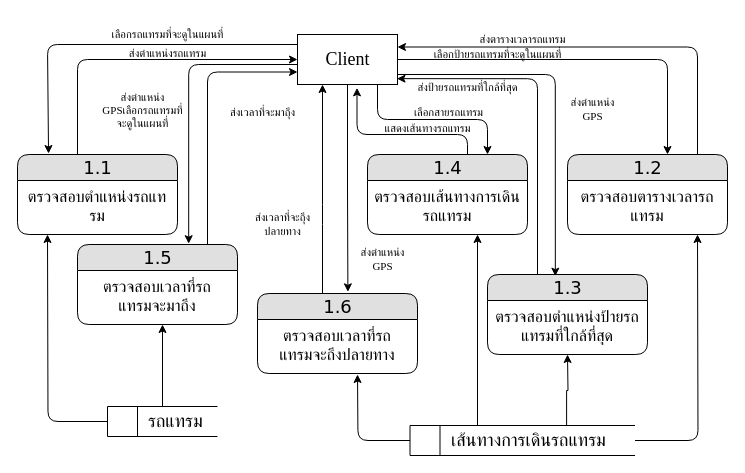
Above: page "1" (3 of 7) of data_flow.drawio in Domineice/Tram_tracking_draft (draw.io), before the change. Source tidied: cells renumbered, new cells numbered last; positions are measured from the earlier drawing's top-left corner, leaving out a move shared by most shapes. Both pictures are drawn from the tidied source at 100%, with x=0, y=0 at pixel (17, 17).
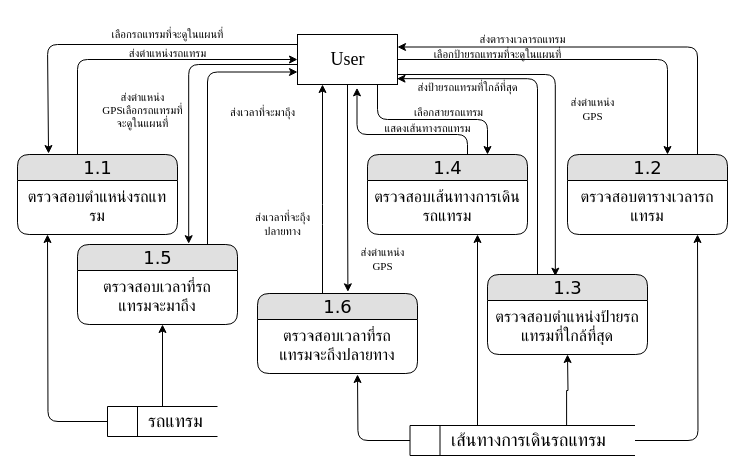
The same page after the edit.

Diff of the diagram source:
```diff
@@
-    <mxCell id="8" value="Client" style="html=1;dashed=0;whitespace=wrap;fontFamily=Times New Roman;fontSize=18;align=center;" parent="1" vertex="1">
+    <mxCell id="8" value="User" style="html=1;dashed=0;whitespace=wrap;fontFamily=Times New Roman;fontSize=18;align=center;" parent="1" vertex="1">
       <mxGeometry x="280" y="17" width="100" height="50" as="geometry" />
     </mxCell>
```
